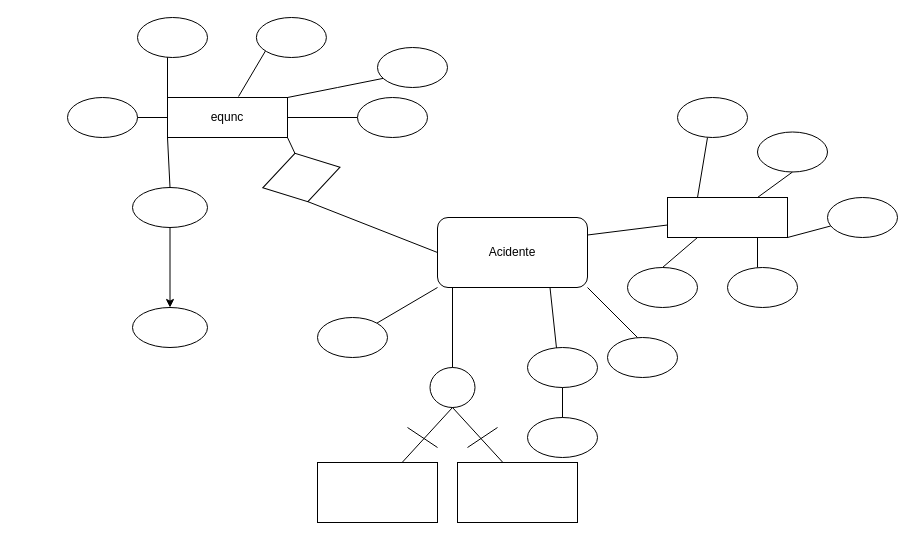
The draw.io diagram page "Page-1" (1 of 2) of Diagrama sem nome.drawio in imreadyrod/DiagramasTurmaBancDados, before the edit. Source tidied: cells renumbered, new cells numbered last; positions are measured from the earlier drawing's top-left corner, leaving out a move shared by most shapes. Both pictures are drawn from the tidied source at 100%, with x=0, y=0 at pixel (67, 17).
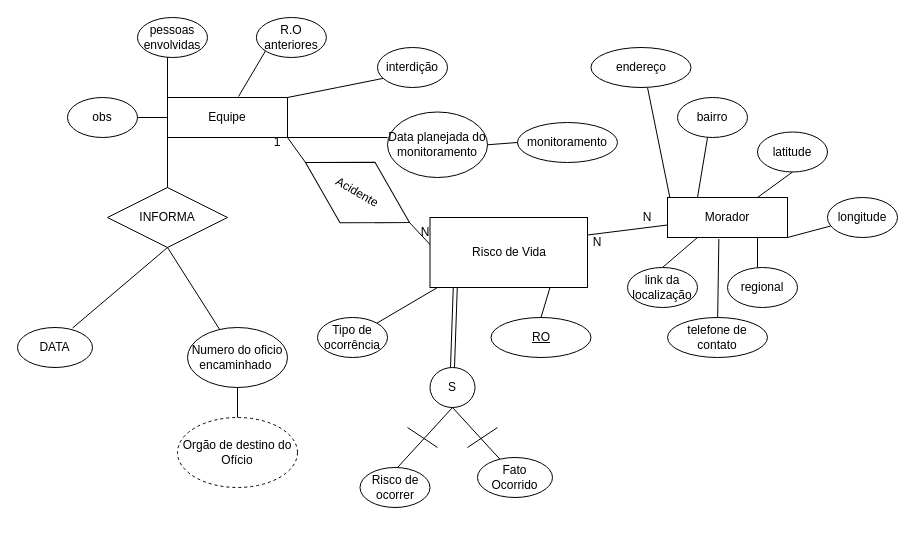
The same diagram, later.

The change refers to these unchanged cells:
```xml
<mxCell id="37" style="verticalLabelPosition=bottom;verticalAlign=top;html=1;shape=mxgraph.flowchart.on-page_reference;" parent="1" vertex="1">
  <mxGeometry x="362.5" y="350" width="45" height="40" as="geometry" />
</mxCell>
```

The edit, as a diff of the source:
```diff
@@
-    <mxCell id="2" value="Acidente" style="rounded=1;whiteSpace=wrap;html=1;fontSize=12;glass=0;strokeWidth=1;shadow=0;" parent="1" vertex="1">
-      <mxGeometry x="370" y="200" width="150" height="70" as="geometry" />
-    </mxCell>
-    <mxCell id="3" value="equnc" style="rounded=0;whiteSpace=wrap;html=1;" parent="1" vertex="1">
+    <mxCell id="3" value="Equipe" style="rounded=0;whiteSpace=wrap;html=1;" parent="1" vertex="1">
       <mxGeometry x="100" y="80" width="120" height="40" as="geometry" />
     </mxCell>
-    <mxCell id="4" style="endArrow=none;html=1;rounded=0;entryX=1;entryY=1;entryDx=0;entryDy=0;exitX=0;exitY=0.5;exitDx=0;exitDy=0;" parent="1" edge="1" source="43" target="3">
+    <mxCell id="4" style="endArrow=none;html=1;rounded=0;entryX=1;entryY=1;entryDx=0;entryDy=0;exitX=0;exitY=0.5;exitDx=0;exitDy=0;" parent="1" edge="1" source="2" target="3">
       <mxGeometry relative="1" as="geometry" />
     </mxCell>
-    <mxCell id="5" style="endArrow=none;html=1;rounded=0;exitX=1;exitY=0.5;exitDx=0;exitDy=0;" parent="1" edge="1" source="3">
-      <mxGeometry relative="1" as="geometry">
-        <mxPoint x="290" y="100" as="targetPoint" />
-      </mxGeometry>
-    </mxCell>
-    <mxCell id="6" style="ellipse;whiteSpace=wrap;html=1;" parent="1" vertex="1">
-      <mxGeometry x="290" y="80" width="70" height="40" as="geometry" />
-    </mxCell>
@@
-    <mxCell id="8" style="ellipse;whiteSpace=wrap;html=1;" parent="1" vertex="1">
+    <mxCell id="8" value="R.O anteriores" style="ellipse;whiteSpace=wrap;html=1;" parent="1" vertex="1">
       <mxGeometry x="188.9" width="70" height="40" as="geometry" />
     </mxCell>
@@
-    <mxCell id="10" style="ellipse;whiteSpace=wrap;html=1;" parent="1" vertex="1">
+    <mxCell id="10" value="interdição" style="ellipse;whiteSpace=wrap;html=1;" parent="1" vertex="1">
       <mxGeometry x="310" y="30" width="70" height="40" as="geometry" />
     </mxCell>
@@
-    <mxCell id="12" style="ellipse;whiteSpace=wrap;html=1;" parent="1" vertex="1">
+    <mxCell id="12" value="pessoas envolvidas" style="ellipse;whiteSpace=wrap;html=1;" parent="1" vertex="1">
       <mxGeometry x="70" width="70" height="40" as="geometry" />
     </mxCell>
@@
-    <mxCell id="14" style="ellipse;whiteSpace=wrap;html=1;" parent="1" vertex="1">
+    <mxCell id="14" value="obs" style="ellipse;whiteSpace=wrap;html=1;" parent="1" vertex="1">
       <mxGeometry y="80" width="70" height="40" as="geometry" />
     </mxCell>
-    <mxCell id="15" style="edgeStyle=orthogonalEdgeStyle;rounded=0;jettySize=auto;html=1;" parent="1" edge="1" source="16" target="18">
-      <mxGeometry relative="1" as="geometry" />
-    </mxCell>
-    <mxCell id="16" style="ellipse;whiteSpace=wrap;html=1;" parent="1" vertex="1">
-      <mxGeometry x="65" y="170" width="75" height="40" as="geometry" />
+    <mxCell id="16" value="DATA" style="ellipse;whiteSpace=wrap;html=1;" parent="1" vertex="1">
+      <mxGeometry x="-50" y="310" width="75" height="40" as="geometry" />
     </mxCell>
-    <mxCell id="17" style="endArrow=none;html=1;rounded=0;exitX=0.5;exitY=0;exitDx=0;exitDy=0;entryX=0;entryY=1;entryDx=0;entryDy=0;" parent="1" edge="1" source="16" target="3">
-      <mxGeometry relative="1" as="geometry" />
+    <mxCell id="17" style="endArrow=none;html=1;rounded=0;entryX=0;entryY=1;entryDx=0;entryDy=0;" parent="1" edge="1" target="3">
+      <mxGeometry relative="1" as="geometry">
+        <mxPoint x="100" y="180" as="sourcePoint" />
+      </mxGeometry>
     </mxCell>
-    <mxCell id="18" style="ellipse;whiteSpace=wrap;html=1;" parent="1" vertex="1">
-      <mxGeometry x="65" y="290" width="75" height="40" as="geometry" />
+    <mxCell id="18" value="Numero do oficio encaminhado&amp;nbsp;" style="ellipse;whiteSpace=wrap;html=1;" parent="1" vertex="1">
+      <mxGeometry x="120" y="310" width="100" height="60" as="geometry" />
     </mxCell>
-    <mxCell id="19" style="endArrow=none;html=1;rounded=0;exitX=1;exitY=0.25;exitDx=0;exitDy=0;" parent="1" edge="1" source="2" target="20">
-      <mxGeometry relative="1" as="geometry" />
+    <mxCell id="19" style="endArrow=none;html=1;rounded=0;exitX=1;exitY=0.25;exitDx=0;exitDy=0;" parent="1" edge="1" target="20">
+      <mxGeometry relative="1" as="geometry">
+        <mxPoint x="520" y="217.5" as="sourcePoint" />
+      </mxGeometry>
     </mxCell>
-    <mxCell id="20" style="rounded=0;whiteSpace=wrap;html=1;" parent="1" vertex="1">
+    <mxCell id="20" value="Morador" style="rounded=0;whiteSpace=wrap;html=1;" parent="1" vertex="1">
       <mxGeometry x="600" y="180" width="120" height="40" as="geometry" />
     </mxCell>
@@
-    <mxCell id="22" style="ellipse;whiteSpace=wrap;html=1;" parent="1" vertex="1">
+    <mxCell id="22" value="bairro" style="ellipse;whiteSpace=wrap;html=1;" parent="1" vertex="1">
       <mxGeometry x="610" y="80" width="70" height="40" as="geometry" />
     </mxCell>
-    <mxCell id="23" style="ellipse;whiteSpace=wrap;html=1;" parent="1" vertex="1">
+    <mxCell id="23" value="latitude" style="ellipse;whiteSpace=wrap;html=1;" parent="1" vertex="1">
       <mxGeometry x="690" y="114.5" width="70" height="40" as="geometry" />
     </mxCell>
@@
-    <mxCell id="26" style="ellipse;whiteSpace=wrap;html=1;" parent="1" vertex="1">
+    <mxCell id="26" value="longitude" style="ellipse;whiteSpace=wrap;html=1;" parent="1" vertex="1">
       <mxGeometry x="760" y="180" width="70" height="40" as="geometry" />
     </mxCell>
@@
-    <mxCell id="28" style="ellipse;whiteSpace=wrap;html=1;" parent="1" vertex="1">
+    <mxCell id="28" value="regional" style="ellipse;whiteSpace=wrap;html=1;" parent="1" vertex="1">
       <mxGeometry x="660" y="250" width="70" height="40" as="geometry" />
     </mxCell>
-    <mxCell id="29" style="ellipse;whiteSpace=wrap;html=1;" parent="1" vertex="1">
+    <mxCell id="29" value="link da localização" style="ellipse;whiteSpace=wrap;html=1;" parent="1" vertex="1">
       <mxGeometry x="560" y="250" width="70" height="40" as="geometry" />
     </mxCell>
@@
-    <mxCell id="31" style="endArrow=none;html=1;rounded=0;entryX=1;entryY=1;entryDx=0;entryDy=0;" parent="1" edge="1" target="2">
-      <mxGeometry relative="1" as="geometry">
-        <mxPoint x="570" y="320" as="sourcePoint" />
-      </mxGeometry>
-    </mxCell>
-    <mxCell id="32" style="ellipse;whiteSpace=wrap;html=1;" parent="1" vertex="1">
-      <mxGeometry x="540" y="320" width="70" height="40" as="geometry" />
-    </mxCell>
-    <mxCell id="33" style="endArrow=none;html=1;rounded=0;entryX=0.75;entryY=1;entryDx=0;entryDy=0;" parent="1" edge="1" target="2">
-      <mxGeometry relative="1" as="geometry">
-        <mxPoint x="490" y="340" as="sourcePoint" />
-      </mxGeometry>
-    </mxCell>
-    <mxCell id="34" style="ellipse;whiteSpace=wrap;html=1;" parent="1" vertex="1">
-      <mxGeometry x="460" y="330" width="70" height="40" as="geometry" />
-    </mxCell>
-    <mxCell id="35" style="endArrow=none;html=1;rounded=0;entryX=0.5;entryY=1;entryDx=0;entryDy=0;" parent="1" edge="1" target="34">
-      <mxGeometry relative="1" as="geometry">
-        <mxPoint x="495" y="410" as="sourcePoint" />
-      </mxGeometry>
-    </mxCell>
-    <mxCell id="36" style="ellipse;whiteSpace=wrap;html=1;" parent="1" vertex="1">
-      <mxGeometry x="460" y="400" width="70" height="40" as="geometry" />
-    </mxCell>
@@
-    <mxCell id="42" style="endArrow=none;html=1;rounded=0;entryX=0.5;entryY=0;entryDx=0;entryDy=0;entryPerimeter=0;" parent="1" edge="1" target="37">
-      <mxGeometry relative="1" as="geometry">
-        <mxPoint x="385" y="270" as="sourcePoint" />
-      </mxGeometry>
-    </mxCell>
-    <mxCell id="43" style="rhombus;whiteSpace=wrap;html=1;rotation=75;" parent="1" vertex="1">
-      <mxGeometry x="208.9" y="120" width="50" height="80" as="geometry" />
-    </mxCell>
-    <mxCell id="44" style="endArrow=none;html=1;rounded=0;exitX=1;exitY=0.5;exitDx=0;exitDy=0;entryX=0;entryY=0.5;entryDx=0;entryDy=0;" parent="1" edge="1" source="43" target="2">
-      <mxGeometry relative="1" as="geometry" />
+    <mxCell id="44" style="endArrow=none;html=1;rounded=0;exitX=1;exitY=0.5;exitDx=0;exitDy=0;entryX=0;entryY=0.5;entryDx=0;entryDy=0;" parent="1" edge="1" source="2">
+      <mxGeometry relative="1" as="geometry">
+        <mxPoint x="370" y="235" as="targetPoint" />
+      </mxGeometry>
     </mxCell>
-    <mxCell id="45" style="endArrow=none;html=1;rounded=0;exitX=0;exitY=1;exitDx=0;exitDy=0;" parent="1" edge="1" source="2" target="46">
-      <mxGeometry relative="1" as="geometry" />
+    <mxCell id="45" style="endArrow=none;html=1;rounded=0;exitX=0;exitY=1;exitDx=0;exitDy=0;" parent="1" edge="1" target="46">
+      <mxGeometry relative="1" as="geometry">
+        <mxPoint x="370" y="270" as="sourcePoint" />
+      </mxGeometry>
     </mxCell>
-    <mxCell id="46" style="ellipse;whiteSpace=wrap;html=1;" parent="1" vertex="1">
+    <mxCell id="46" value="Tipo de ocorrência" style="ellipse;whiteSpace=wrap;html=1;" parent="1" vertex="1">
       <mxGeometry x="250" y="300" width="70" height="40" as="geometry" />
     </mxCell>
-    <mxCell id="47" style="rounded=0;whiteSpace=wrap;html=1;" parent="1" vertex="1">
-      <mxGeometry x="250" y="445" width="120" height="60" as="geometry" />
-    </mxCell>
-    <mxCell id="48" style="rounded=0;whiteSpace=wrap;html=1;" parent="1" vertex="1">
-      <mxGeometry x="390" y="445" width="120" height="60" as="geometry" />
-    </mxCell>
+    <mxCell id="49" value="S" style="text;html=1;strokeColor=none;fillColor=none;align=center;verticalAlign=middle;whiteSpace=wrap;rounded=0;" parent="1" vertex="1">
+      <mxGeometry x="355" y="355" width="60" height="30" as="geometry" />
+    </mxCell>
+    <mxCell id="50" value="Risco de ocorrer" style="ellipse;whiteSpace=wrap;html=1;" parent="1" vertex="1">
+      <mxGeometry x="292.5" y="450" width="70" height="40" as="geometry" />
+    </mxCell>
+    <mxCell id="51" value="Fato Ocorrido" style="ellipse;whiteSpace=wrap;html=1;" parent="1" vertex="1">
+      <mxGeometry x="410" y="440" width="75" height="40" as="geometry" />
+    </mxCell>
+    <mxCell id="52" value="Data planejada do monitoramento" style="ellipse;whiteSpace=wrap;html=1;" parent="1" vertex="1">
+      <mxGeometry x="320" y="94.5" width="100" height="65.5" as="geometry" />
+    </mxCell>
+    <mxCell id="53" value="INFORMA" style="shape=rhombus;perimeter=rhombusPerimeter;whiteSpace=wrap;html=1;align=center;" parent="1" vertex="1">
+      <mxGeometry x="40" y="170" width="120" height="60" as="geometry" />
+    </mxCell>
+    <mxCell id="54" style="endArrow=none;html=1;rounded=0;exitX=0.5;exitY=1;exitDx=0;exitDy=0;entryX=0.735;entryY=0.012;entryDx=0;entryDy=0;entryPerimeter=0;" parent="1" edge="1" source="53" target="16">
+      <mxGeometry relative="1" as="geometry" />
+    </mxCell>
+    <mxCell id="55" style="endArrow=none;html=1;rounded=0;" parent="1" edge="1" target="18">
+      <mxGeometry relative="1" as="geometry">
+        <mxPoint x="100" y="230" as="sourcePoint" />
+      </mxGeometry>
+    </mxCell>
+    <mxCell id="56" value="Orgão de destino do Ofício" style="ellipse;whiteSpace=wrap;html=1;align=center;dashed=1;" parent="1" vertex="1">
+      <mxGeometry x="110" y="400" width="120" height="70" as="geometry" />
+    </mxCell>
+    <mxCell id="57" style="endArrow=none;html=1;rounded=0;exitX=0.5;exitY=1;exitDx=0;exitDy=0;" parent="1" edge="1" source="18" target="56">
+      <mxGeometry relative="1" as="geometry" />
+    </mxCell>
+    <mxCell id="58" style="endArrow=none;html=1;rounded=0;exitX=1;exitY=1;exitDx=0;exitDy=0;" parent="1" edge="1" source="3">
+      <mxGeometry relative="1" as="geometry">
+        <mxPoint x="320" y="120" as="targetPoint" />
+      </mxGeometry>
+    </mxCell>
+    <mxCell id="59" value="monitoramento" style="ellipse;whiteSpace=wrap;html=1;align=center;" parent="1" vertex="1">
+      <mxGeometry x="450" y="105" width="100" height="40" as="geometry" />
+    </mxCell>
+    <mxCell id="60" style="endArrow=none;html=1;rounded=0;entryX=0.428;entryY=1.038;entryDx=0;entryDy=0;entryPerimeter=0;" parent="1" edge="1" target="20">
+      <mxGeometry relative="1" as="geometry">
+        <mxPoint x="650" y="310" as="sourcePoint" />
+      </mxGeometry>
+    </mxCell>
+    <mxCell id="61" value="telefone de contato" style="ellipse;whiteSpace=wrap;html=1;align=center;" parent="1" vertex="1">
+      <mxGeometry x="600" y="300" width="100" height="40" as="geometry" />
+    </mxCell>
+    <mxCell id="62" value="N" style="text;html=1;strokeColor=none;fillColor=none;align=center;verticalAlign=middle;whiteSpace=wrap;rounded=0;" parent="1" vertex="1">
+      <mxGeometry x="500" y="210" width="60" height="30" as="geometry" />
+    </mxCell>
+    <mxCell id="63" value="N" style="text;html=1;strokeColor=none;fillColor=none;align=center;verticalAlign=middle;whiteSpace=wrap;rounded=0;" parent="1" vertex="1">
+      <mxGeometry x="550" y="185" width="60" height="30" as="geometry" />
+    </mxCell>
+    <mxCell id="64" value="N" style="text;html=1;strokeColor=none;fillColor=none;align=center;verticalAlign=middle;whiteSpace=wrap;rounded=0;" parent="1" vertex="1">
+      <mxGeometry x="327.5" y="200" width="60" height="30" as="geometry" />
+    </mxCell>
+    <mxCell id="65" value="1" style="text;html=1;strokeColor=none;fillColor=none;align=center;verticalAlign=middle;whiteSpace=wrap;rounded=0;" parent="1" vertex="1">
+      <mxGeometry x="180" y="110" width="60" height="30" as="geometry" />
+    </mxCell>
+    <mxCell id="66" value="RO" style="ellipse;whiteSpace=wrap;html=1;align=center;fontStyle=4;" parent="1" vertex="1">
+      <mxGeometry x="423.5" y="300" width="100" height="40" as="geometry" />
+    </mxCell>
+    <mxCell id="67" style="endArrow=none;html=1;rounded=0;exitX=0.75;exitY=1;exitDx=0;exitDy=0;entryX=0.5;entryY=0;entryDx=0;entryDy=0;" parent="1" edge="1" target="66">
+      <mxGeometry relative="1" as="geometry">
+        <mxPoint x="482.5" y="270" as="sourcePoint" />
+      </mxGeometry>
+    </mxCell>
+    <mxCell id="68" style="endArrow=none;html=1;rounded=0;entryX=1;entryY=0.5;entryDx=0;entryDy=0;exitX=0;exitY=0.5;exitDx=0;exitDy=0;" parent="1" edge="1" source="59" target="52">
+      <mxGeometry relative="1" as="geometry" />
+    </mxCell>
+    <mxCell id="69" style="endArrow=none;html=1;rounded=0;entryX=1;entryY=1;entryDx=0;entryDy=0;exitX=1;exitY=0.5;exitDx=0;exitDy=0;" parent="1" edge="1" source="2" target="2">
+      <mxGeometry relative="1" as="geometry" />
+    </mxCell>
+    <mxCell id="2" value="Acidente" style="shape=rhombus;perimeter=rhombusPerimeter;whiteSpace=wrap;html=1;align=center;rotation=30;" parent="1" vertex="1">
+      <mxGeometry x="230" y="140" width="120" height="70" as="geometry" />
+    </mxCell>
+    <mxCell id="70" style="shape=link;html=1;rounded=0;exitX=0.119;exitY=0.987;exitDx=0;exitDy=0;exitPerimeter=0;entryX=0.5;entryY=0;entryDx=0;entryDy=0;entryPerimeter=0;" parent="1" edge="1" target="37">
+      <mxGeometry relative="1" as="geometry">
+        <mxPoint x="387.8" y="269.1" as="sourcePoint" />
+      </mxGeometry>
+    </mxCell>
+    <mxCell id="71" style="endArrow=none;html=1;rounded=0;entryX=0.873;entryY=-0.162;entryDx=0;entryDy=0;entryPerimeter=0;" parent="1" edge="1" target="63">
+      <mxGeometry relative="1" as="geometry">
+        <mxPoint x="580" y="70" as="sourcePoint" />
+      </mxGeometry>
+    </mxCell>
+    <mxCell id="72" value="endereço" style="ellipse;whiteSpace=wrap;html=1;align=center;" parent="1" vertex="1">
+      <mxGeometry x="523.5" y="30" width="100" height="40" as="geometry" />
+    </mxCell>
+    <mxCell id="73" value="Risco de Vida" style="whiteSpace=wrap;html=1;align=center;" parent="1" vertex="1">
+      <mxGeometry x="362.5" y="200" width="157.5" height="70" as="geometry" />
+    </mxCell>
```
